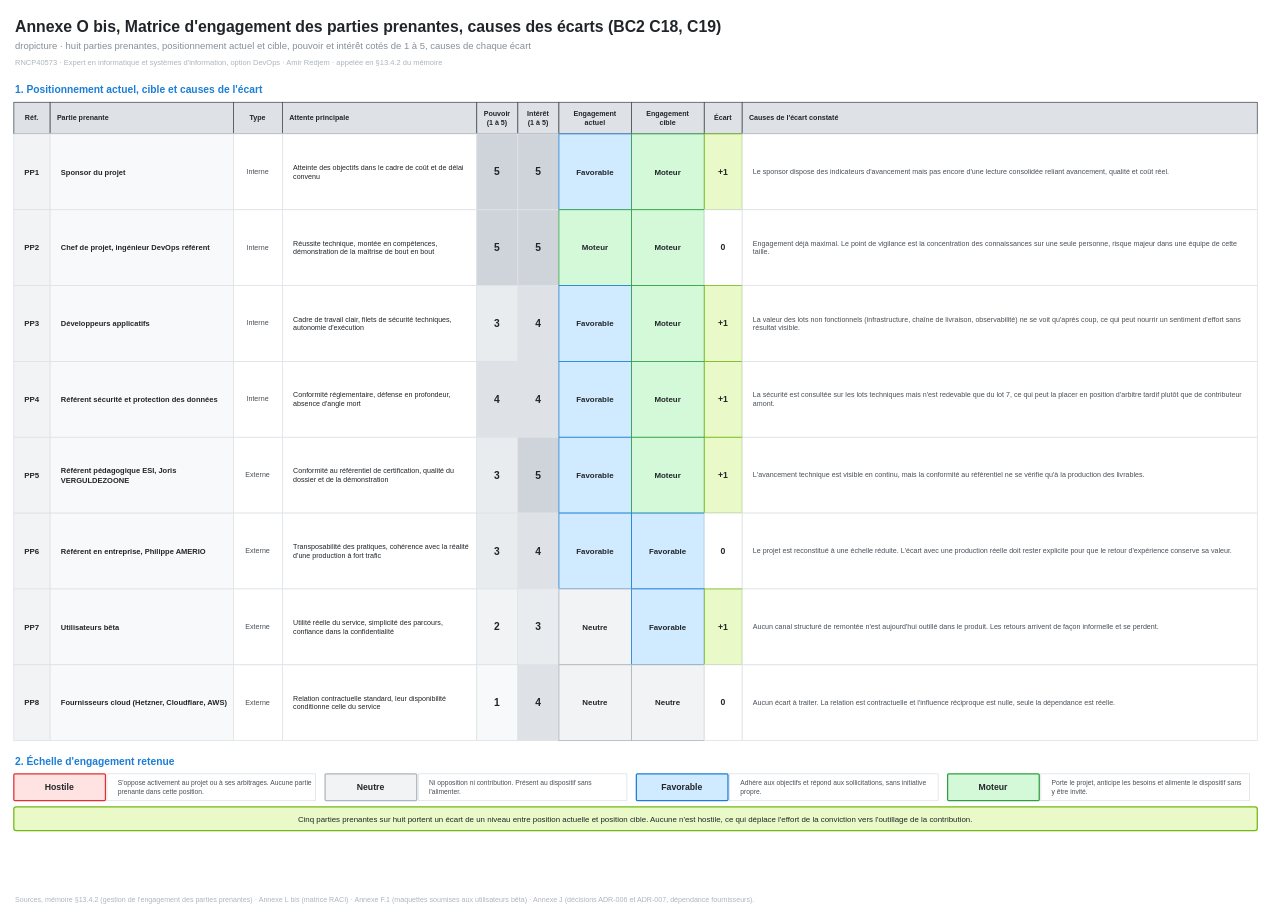
Earlier version of the draw.io diagram docs/drafts/Annexe O bis, Matrice d'engagement des parties prenantes, causes des écarts.drawio (redjem-amir/dropicture). Source tidied: cells renumbered, new cells numbered last; positions are measured from the earlier drawing's top-left corner, leaving out a move shared by most shapes. Both pictures are drawn from the tidied source at 79%, with x=0, y=0 at pixel (13, 13).
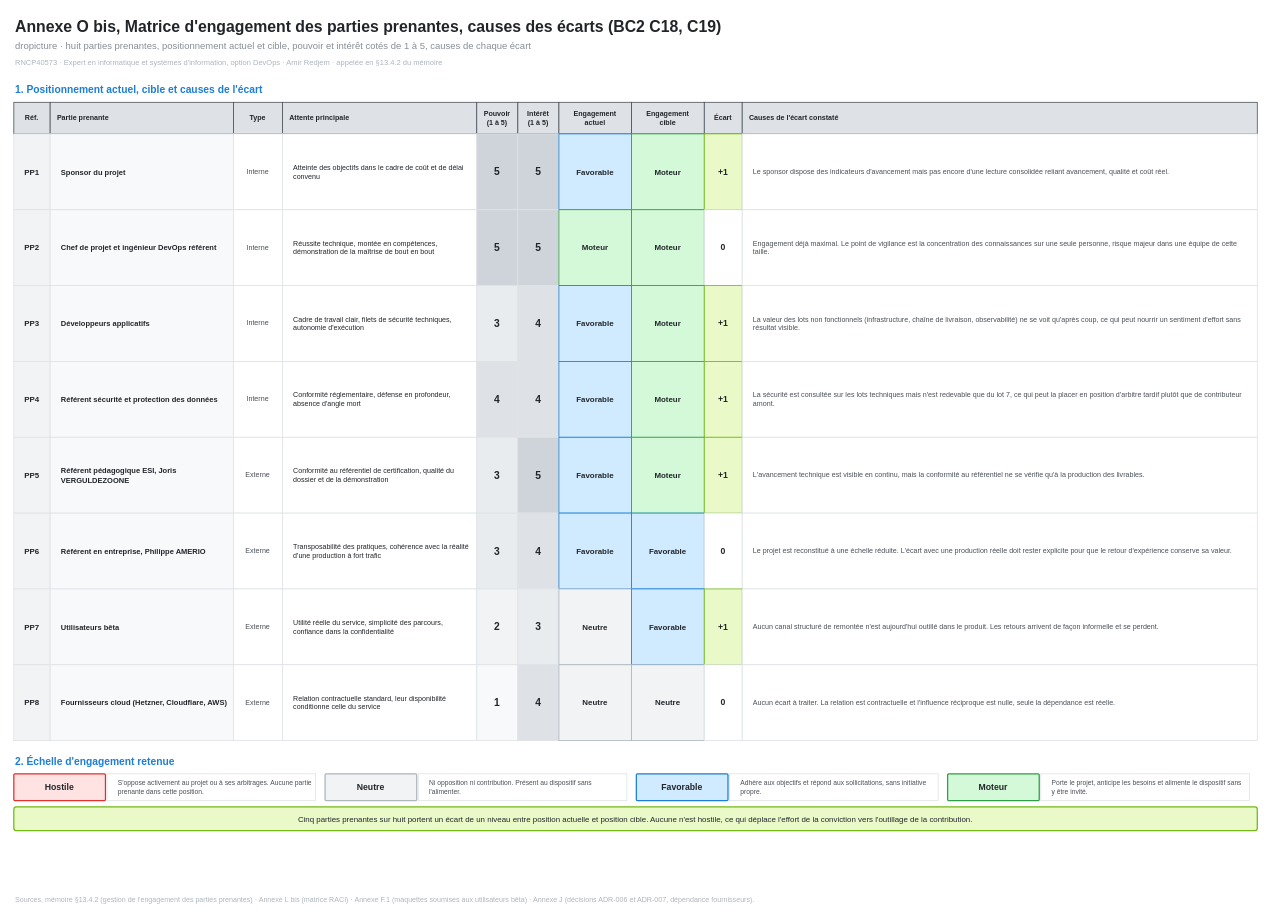
After the change.

Change to the diagram source:
```diff
@@
-    <mxCell id="27" value="&lt;b&gt;Chef de projet, ingénieur DevOps référent&lt;/b&gt;" style="rounded=1;whiteSpace=wrap;html=1;arcSize=0;fillColor=#f8f9fa;strokeColor=#dee2e6;strokeWidth=1;fontFamily=Helvetica;fontSize=9.5;fontColor=#212529;align=left;verticalAlign=middle;spacing=6;spacingLeft=8;" parent="1" vertex="1">
+    <mxCell id="27" value="&lt;b&gt;Chef de projet et ingénieur DevOps référent&lt;/b&gt;" style="rounded=1;whiteSpace=wrap;html=1;arcSize=0;fillColor=#f8f9fa;strokeColor=#dee2e6;strokeWidth=1;fontFamily=Helvetica;fontSize=9.5;fontColor=#212529;align=left;verticalAlign=middle;spacing=6;spacingLeft=8;" parent="1" vertex="1">
       <mxGeometry x="46" y="248" width="232" height="96" as="geometry" />
     </mxCell>
```
